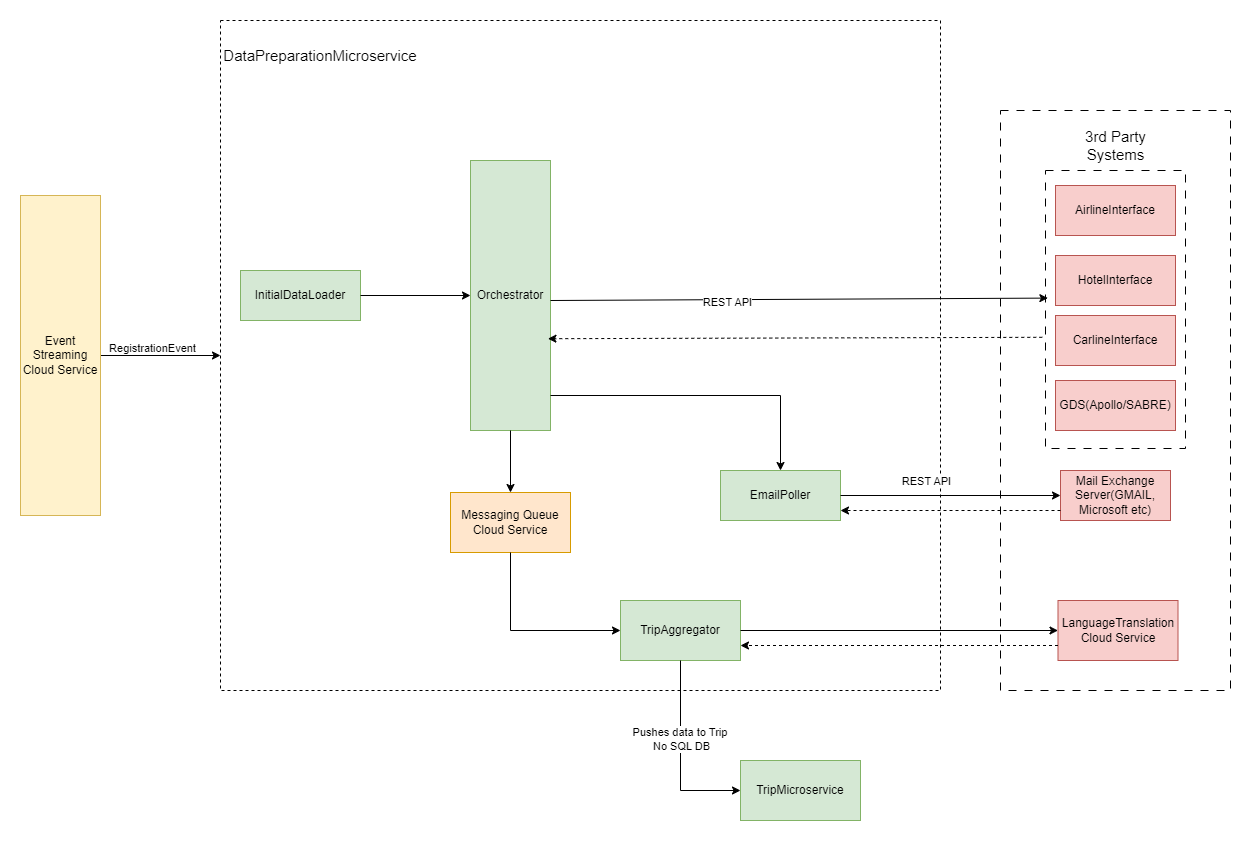
Earlier version of the draw.io export Diagrams/IndividualComponentDiagrams/InitialDataLoader.drawio.png (beyond-blueprints/arch-katas-2023). Source tidied: cells renumbered, new cells last; positions are measured from the earlier drawing's top-left corner, leaving out a move shared by most shapes.
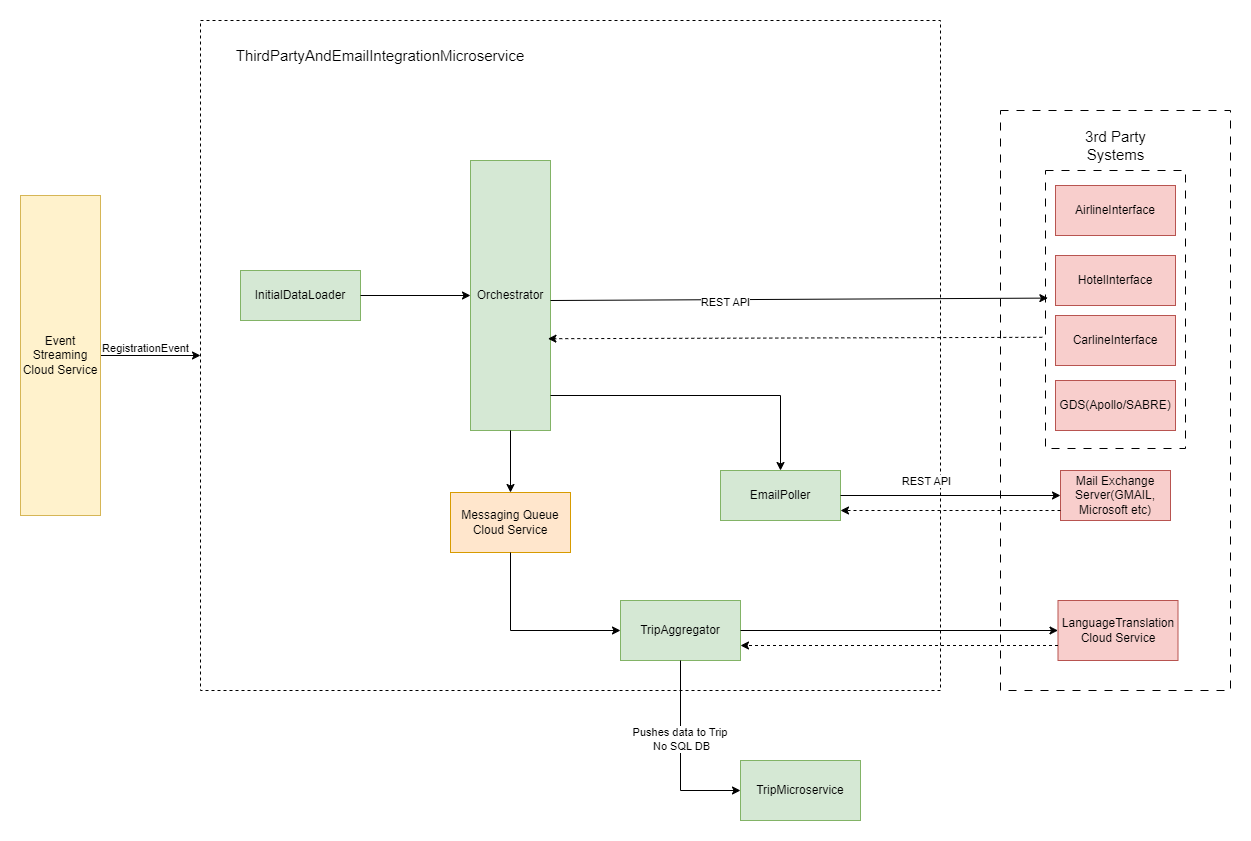
Above is the later version.

Change to the diagram source:
```diff
@@ -3,7 +3,7 @@
     <mxCell id="0" />
     <mxCell id="1" parent="0" />
     <mxCell id="2" style="rounded=0;whiteSpace=wrap;html=1;dashed=1;fillColor=none;" parent="1" vertex="1">
-      <mxGeometry x="200" width="720" height="670" as="geometry" />
+      <mxGeometry x="180" width="740" height="670" as="geometry" />
     </mxCell>
     <mxCell id="3" style="rounded=0;whiteSpace=wrap;html=1;fillColor=none;dashed=1;dashPattern=8 8;" parent="1" vertex="1">
       <mxGeometry x="980" y="90" width="230" height="580" as="geometry" />
@@ -11,8 +11,8 @@
     <mxCell id="4" style="rounded=0;whiteSpace=wrap;html=1;fillColor=none;dashed=1;dashPattern=8 8;" parent="1" vertex="1">
       <mxGeometry x="1025" y="150" width="140" height="278" as="geometry" />
     </mxCell>
-    <mxCell id="5" value="DataPreparationMicroservice" style="text;html=1;strokeColor=none;fillColor=none;align=center;verticalAlign=middle;whiteSpace=wrap;rounded=0;fontSize=15;" parent="1" vertex="1">
-      <mxGeometry x="270" y="20" width="60" height="30" as="geometry" />
+    <mxCell id="5" value="ThirdPartyAndEmailIntegrationMicroservice" style="text;html=1;strokeColor=none;fillColor=none;align=center;verticalAlign=middle;whiteSpace=wrap;rounded=0;fontSize=15;" parent="1" vertex="1">
+      <mxGeometry x="330" y="20" width="60" height="30" as="geometry" />
     </mxCell>
     <mxCell id="6" value="Orchestrator" style="rounded=0;whiteSpace=wrap;html=1;fillColor=#d5e8d4;strokeColor=#82b366;" parent="1" vertex="1">
       <mxGeometry x="450" y="140" width="80" height="270" as="geometry" />
```
